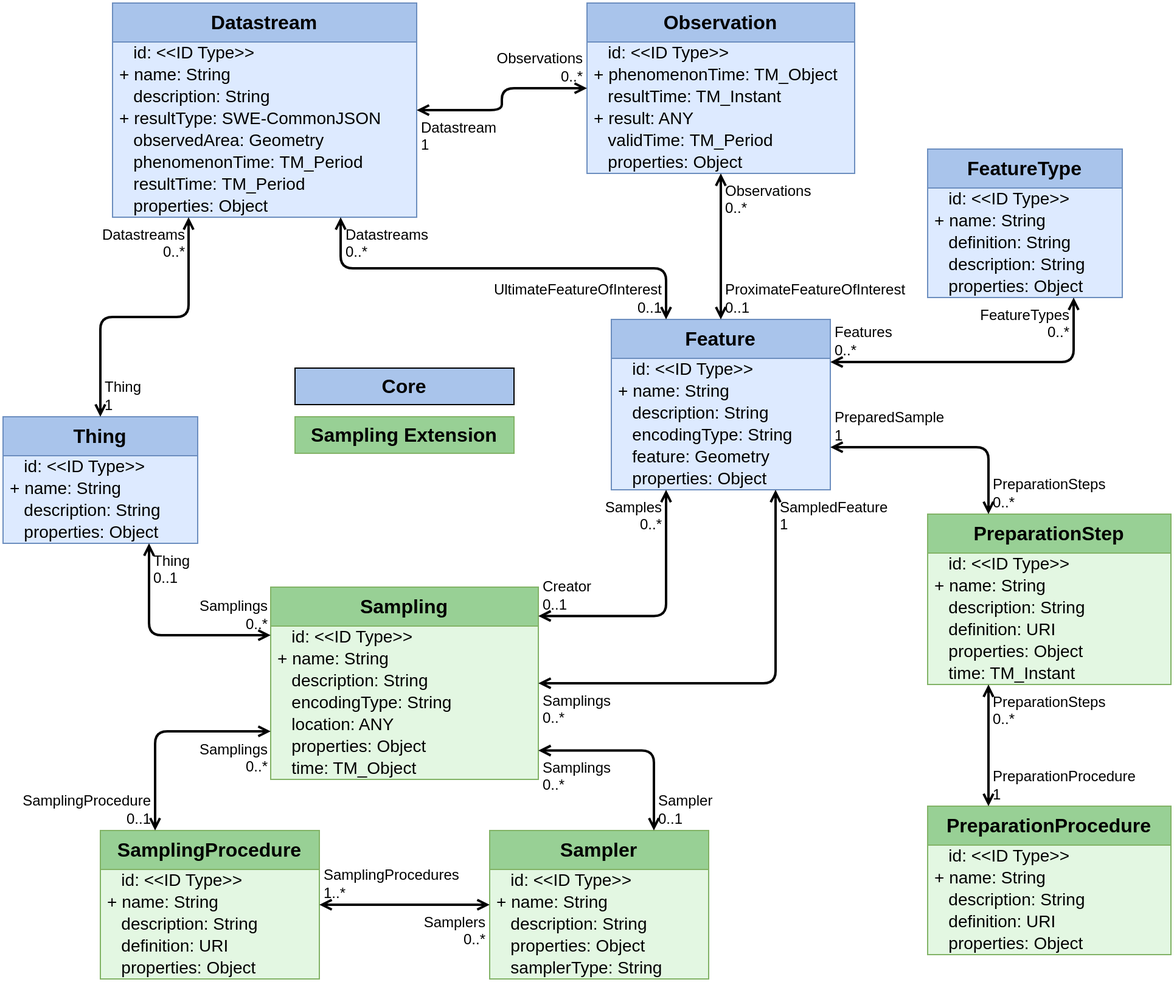
Earlier version of the draw.io export figures/Datamodel-SensorThingsApi-V2-Sampling.drawio.png (opengeospatial/sensorthings). Source tidied: cells renumbered, new cells last; positions are measured from the earlier drawing's top-left corner, leaving out a move shared by most shapes.
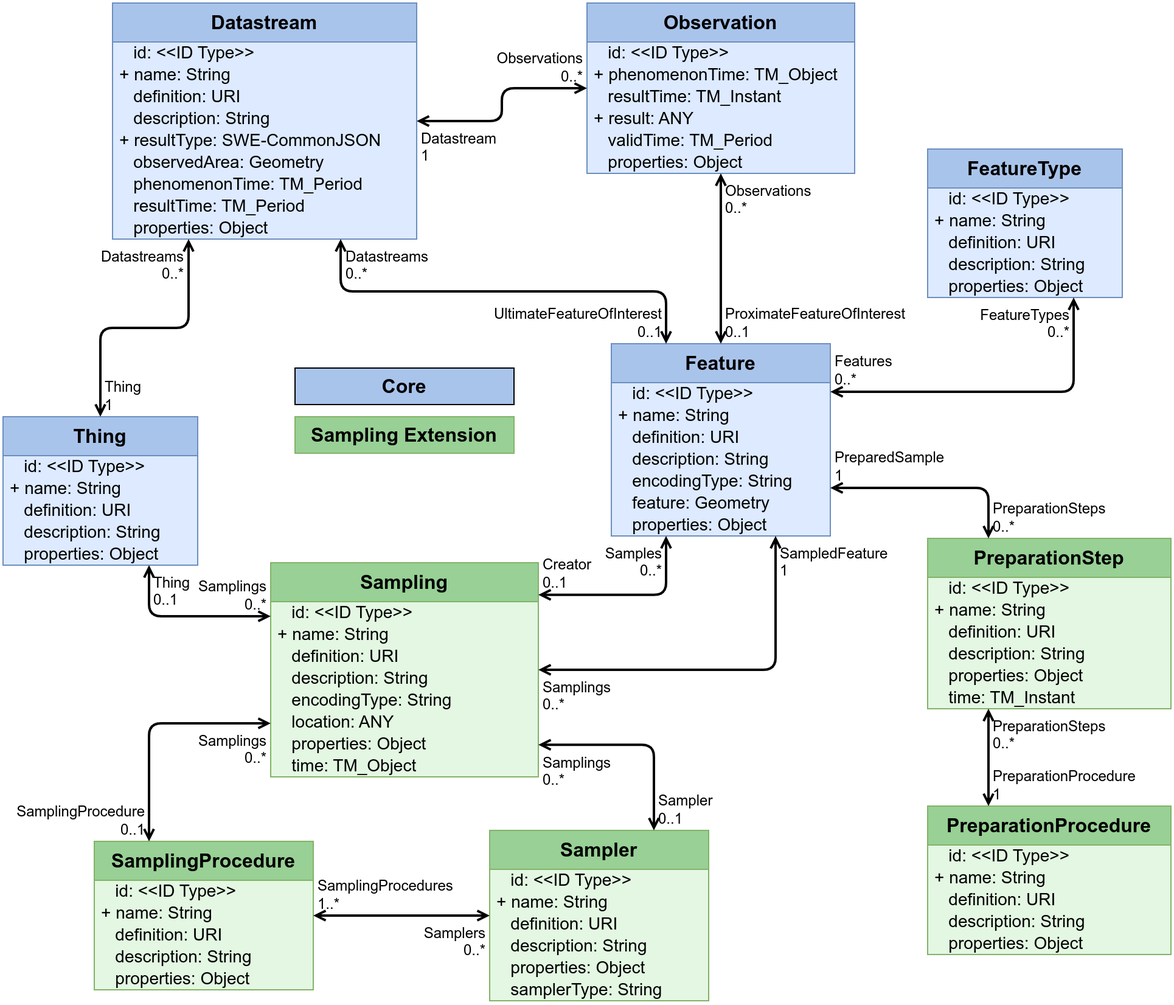
The same file after the commit.

The edit, as a diff of the source:
```diff
@@ -5,3 +5,3 @@
     <mxCell id="2" value="Feature" style="swimlane;fontStyle=1;horizontal=1;startSize=32;fontSize=16;whiteSpace=wrap;html=1;fillColor=#A9C4EB;strokeColor=#6c8ebf;swimlaneFillColor=#DDEAFF;verticalAlign=top;" parent="1" vertex="1">
-      <mxGeometry x="500" y="260" width="180" height="140" as="geometry" />
+      <mxGeometry x="500" y="280" width="180" height="158" as="geometry" />
     </mxCell>
@@ -13,13 +13,16 @@
     </mxCell>
+    <mxCell id="110" value="&amp;nbsp;&amp;nbsp;&amp;nbsp;definition: URI" style="text;strokeColor=none;fillColor=none;align=left;verticalAlign=middle;spacingLeft=4;spacingRight=4;overflow=visible;html=1;fontSize=14;" parent="2" vertex="1">
+      <mxGeometry y="68" width="180" height="18" as="geometry" />
+    </mxCell>
     <mxCell id="5" value="&amp;nbsp; &amp;nbsp;description: String" style="text;strokeColor=none;fillColor=none;align=left;verticalAlign=middle;spacingLeft=4;spacingRight=4;overflow=visible;html=1;fontSize=14;" parent="2" vertex="1">
-      <mxGeometry y="68" width="180" height="18" as="geometry" />
+      <mxGeometry y="86" width="180" height="18" as="geometry" />
     </mxCell>
     <mxCell id="6" value="&amp;nbsp; &amp;nbsp;encodingType: String" style="text;strokeColor=none;fillColor=none;align=left;verticalAlign=middle;spacingLeft=4;spacingRight=4;overflow=visible;html=1;fontSize=14;" parent="2" vertex="1">
-      <mxGeometry y="86" width="180" height="18" as="geometry" />
+      <mxGeometry y="104" width="180" height="18" as="geometry" />
     </mxCell>
     <mxCell id="7" value="&amp;nbsp; &amp;nbsp;feature: Geometry" style="text;strokeColor=none;fillColor=none;align=left;verticalAlign=middle;spacingLeft=4;spacingRight=4;overflow=visible;html=1;fontSize=14;" parent="2" vertex="1">
-      <mxGeometry y="104" width="180" height="18" as="geometry" />
+      <mxGeometry y="122" width="180" height="18" as="geometry" />
     </mxCell>
     <mxCell id="8" value="&amp;nbsp;&amp;nbsp;&amp;nbsp;properties: Object" style="text;strokeColor=none;fillColor=none;align=left;verticalAlign=middle;spacingLeft=4;spacingRight=4;overflow=visible;html=1;fontSize=14;" parent="2" vertex="1">
-      <mxGeometry y="122" width="180" height="18" as="geometry" />
+      <mxGeometry y="140" width="180" height="18" as="geometry" />
     </mxCell>
@@ -34,3 +37,3 @@
     </mxCell>
-    <mxCell id="12" value="&amp;nbsp; &amp;nbsp;definition: String" style="text;strokeColor=none;fillColor=none;align=left;verticalAlign=middle;spacingLeft=4;spacingRight=4;overflow=visible;html=1;fontSize=14;" parent="9" vertex="1">
+    <mxCell id="12" value="&amp;nbsp; &amp;nbsp;definition: URI" style="text;strokeColor=none;fillColor=none;align=left;verticalAlign=middle;spacingLeft=4;spacingRight=4;overflow=visible;html=1;fontSize=14;" parent="9" vertex="1">
       <mxGeometry y="68" width="160" height="18" as="geometry" />
@@ -61,8 +64,8 @@
     </mxCell>
+    <mxCell id="111" value="&amp;nbsp;&amp;nbsp;&amp;nbsp;definition: URI" style="text;strokeColor=none;fillColor=none;align=left;verticalAlign=middle;spacingLeft=4;spacingRight=4;overflow=visible;html=1;fontSize=14;" parent="18" vertex="1">
+      <mxGeometry y="68" width="200" height="18" as="geometry" />
+    </mxCell>
     <mxCell id="21" value="&amp;nbsp;&amp;nbsp;&amp;nbsp;description: String" style="text;strokeColor=none;fillColor=none;align=left;verticalAlign=middle;spacingLeft=4;spacingRight=4;overflow=visible;html=1;fontSize=14;" parent="18" vertex="1">
-      <mxGeometry y="68" width="200" height="18" as="geometry" />
+      <mxGeometry y="86" width="200" height="18" as="geometry" />
     </mxCell>
-    <mxCell id="22" value="&amp;nbsp;&amp;nbsp;&amp;nbsp;definition: URI" style="text;strokeColor=none;fillColor=none;align=left;verticalAlign=middle;spacingLeft=4;spacingRight=4;overflow=visible;html=1;fontSize=14;" parent="18" vertex="1">
-      <mxGeometry y="86" width="200" height="18" as="geometry" />
-    </mxCell>
     <mxCell id="23" value="&amp;nbsp;&amp;nbsp;&amp;nbsp;properties: Object" style="text;strokeColor=none;fillColor=none;align=left;verticalAlign=middle;spacingLeft=4;spacingRight=4;overflow=visible;html=1;fontSize=14;" parent="18" vertex="1">
@@ -71,3 +74,3 @@
     <mxCell id="24" value="PreparationStep" style="swimlane;fontStyle=1;horizontal=1;startSize=32;fontSize=16;whiteSpace=wrap;html=1;fillColor=#98D095;strokeColor=#82b366;swimlaneFillColor=#E3F7E2;" parent="1" vertex="1">
-      <mxGeometry x="760" y="420" width="200" height="140" as="geometry" />
+      <mxGeometry x="760" y="440" width="200" height="140" as="geometry" />
     </mxCell>
@@ -79,8 +82,8 @@
     </mxCell>
+    <mxCell id="28" value="&amp;nbsp;&amp;nbsp;&amp;nbsp;definition: URI" style="text;strokeColor=none;fillColor=none;align=left;verticalAlign=middle;spacingLeft=4;spacingRight=4;overflow=visible;html=1;fontSize=14;" parent="24" vertex="1">
+      <mxGeometry y="68" width="200" height="18" as="geometry" />
+    </mxCell>
     <mxCell id="27" value="&amp;nbsp;&amp;nbsp;&amp;nbsp;description: String" style="text;strokeColor=none;fillColor=none;align=left;verticalAlign=middle;spacingLeft=4;spacingRight=4;overflow=visible;html=1;fontSize=14;" parent="24" vertex="1">
-      <mxGeometry y="68" width="200" height="18" as="geometry" />
+      <mxGeometry y="86" width="200" height="18" as="geometry" />
     </mxCell>
-    <mxCell id="28" value="&amp;nbsp;&amp;nbsp;&amp;nbsp;definition: URI" style="text;strokeColor=none;fillColor=none;align=left;verticalAlign=middle;spacingLeft=4;spacingRight=4;overflow=visible;html=1;fontSize=14;" parent="24" vertex="1">
-      <mxGeometry y="86" width="200" height="18" as="geometry" />
-    </mxCell>
     <mxCell id="29" value="&amp;nbsp;&amp;nbsp;&amp;nbsp;properties: Object" style="text;strokeColor=none;fillColor=none;align=left;verticalAlign=middle;spacingLeft=4;spacingRight=4;overflow=visible;html=1;fontSize=14;" parent="24" vertex="1">
@@ -110,3 +113,3 @@
     <mxCell id="37" value="Sampler" style="swimlane;fontStyle=1;horizontal=1;startSize=32;fontSize=16;whiteSpace=wrap;html=1;fillColor=#98D095;strokeColor=#82b366;swimlaneFillColor=#E3F7E2;" parent="1" vertex="1">
-      <mxGeometry x="400" y="680" width="180" height="122" as="geometry" />
+      <mxGeometry x="400" y="680" width="180" height="140" as="geometry" />
     </mxCell>
@@ -118,13 +121,16 @@
     </mxCell>
+    <mxCell id="64" value="&amp;nbsp;&amp;nbsp;&amp;nbsp;definition: URI" style="text;strokeColor=none;fillColor=none;align=left;verticalAlign=middle;spacingLeft=4;spacingRight=4;overflow=visible;html=1;fontSize=14;" parent="37" vertex="1">
+      <mxGeometry y="68" width="180" height="18" as="geometry" />
+    </mxCell>
     <mxCell id="40" value="&amp;nbsp;&amp;nbsp;&amp;nbsp;description: String" style="text;strokeColor=none;fillColor=none;align=left;verticalAlign=middle;spacingLeft=4;spacingRight=4;overflow=visible;html=1;fontSize=14;" parent="37" vertex="1">
-      <mxGeometry y="68" width="180" height="18" as="geometry" />
+      <mxGeometry y="86" width="180" height="18" as="geometry" />
     </mxCell>
     <mxCell id="41" value="&amp;nbsp;&amp;nbsp;&amp;nbsp;properties: Object" style="text;strokeColor=none;fillColor=none;align=left;verticalAlign=middle;spacingLeft=4;spacingRight=4;overflow=visible;html=1;fontSize=14;" parent="37" vertex="1">
-      <mxGeometry y="86" width="180" height="18" as="geometry" />
+      <mxGeometry y="104" width="180" height="18" as="geometry" />
     </mxCell>
     <mxCell id="42" value="&amp;nbsp;&amp;nbsp;&amp;nbsp;samplerType: String" style="text;strokeColor=none;fillColor=none;align=left;verticalAlign=middle;spacingLeft=4;spacingRight=4;overflow=visible;html=1;fontSize=14;" parent="37" vertex="1">
-      <mxGeometry y="104" width="180" height="18" as="geometry" />
+      <mxGeometry y="122" width="180" height="18" as="geometry" />
     </mxCell>
     <mxCell id="43" value="Sampling" style="swimlane;fontStyle=1;horizontal=1;startSize=32;fontSize=16;whiteSpace=wrap;html=1;fillColor=#98D095;strokeColor=#82b366;swimlaneFillColor=#E3F7E2;points=[[0,0,0,0,0],[0,0.25,0,0,0],[0,0.5,0,0,0],[0,0.75,0,0,0],[0,1,0,0,0],[0.25,0,0,0,0],[0.25,1,0,0,0],[0.5,0,0,0,0],[0.5,1,0,0,0],[0.75,0,0,0,0],[0.75,1,0,0,0],[1,0,0,0,0],[1,0.15,0,0,0],[1,0.5,0,0,0],[1,0.85,0,0,0],[1,1,0,0,0]];" parent="1" vertex="1">
-      <mxGeometry x="220" y="480" width="220" height="158" as="geometry" />
+      <mxGeometry x="220" y="460" width="220" height="176" as="geometry" />
     </mxCell>
@@ -136,16 +142,19 @@
     </mxCell>
+    <mxCell id="112" value="&amp;nbsp;&amp;nbsp;&amp;nbsp;definition: URI" style="text;strokeColor=none;fillColor=none;align=left;verticalAlign=middle;spacingLeft=4;spacingRight=4;overflow=visible;html=1;fontSize=14;" parent="43" vertex="1">
+      <mxGeometry y="68" width="220" height="18" as="geometry" />
+    </mxCell>
     <mxCell id="46" value="&amp;nbsp;&amp;nbsp;&amp;nbsp;description: String" style="text;strokeColor=none;fillColor=none;align=left;verticalAlign=middle;spacingLeft=4;spacingRight=4;overflow=visible;html=1;fontSize=14;" parent="43" vertex="1">
-      <mxGeometry y="68" width="220" height="18" as="geometry" />
+      <mxGeometry y="86" width="220" height="18" as="geometry" />
     </mxCell>
     <mxCell id="47" value="&amp;nbsp;&amp;nbsp;&amp;nbsp;encodingType: String" style="text;strokeColor=none;fillColor=none;align=left;verticalAlign=middle;spacingLeft=4;spacingRight=4;overflow=visible;html=1;fontSize=14;" parent="43" vertex="1">
-      <mxGeometry y="86" width="220" height="18" as="geometry" />
+      <mxGeometry y="104" width="220" height="18" as="geometry" />
     </mxCell>
     <mxCell id="48" value="&amp;nbsp;&amp;nbsp;&amp;nbsp;location: ANY" style="text;strokeColor=none;fillColor=none;align=left;verticalAlign=middle;spacingLeft=4;spacingRight=4;overflow=visible;html=1;fontSize=14;" parent="43" vertex="1">
-      <mxGeometry y="104" width="220" height="18" as="geometry" />
+      <mxGeometry y="122" width="220" height="18" as="geometry" />
     </mxCell>
     <mxCell id="49" value="&amp;nbsp;&amp;nbsp;&amp;nbsp;properties: Object" style="text;strokeColor=none;fillColor=none;align=left;verticalAlign=middle;spacingLeft=4;spacingRight=4;overflow=visible;html=1;fontSize=14;" parent="43" vertex="1">
-      <mxGeometry y="122" width="220" height="18" as="geometry" />
+      <mxGeometry y="140" width="220" height="18" as="geometry" />
     </mxCell>
     <mxCell id="50" value="&amp;nbsp; &amp;nbsp;time: TM_Object" style="text;strokeColor=none;fillColor=none;align=left;verticalAlign=middle;spacingLeft=4;spacingRight=4;overflow=visible;html=1;fontSize=14;" parent="43" vertex="1">
-      <mxGeometry y="140" width="220" height="18" as="geometry" />
+      <mxGeometry y="158" width="220" height="18" as="geometry" />
     </mxCell>
@@ -179,3 +188,3 @@
     <mxCell id="60" value="SamplingProcedure" style="swimlane;fontStyle=1;horizontal=1;startSize=32;fontSize=16;whiteSpace=wrap;html=1;fillColor=#98D095;strokeColor=#82b366;swimlaneFillColor=#E3F7E2;" parent="1" vertex="1">
-      <mxGeometry x="80" y="680" width="180" height="122" as="geometry" />
+      <mxGeometry x="75" y="689" width="180" height="122" as="geometry" />
     </mxCell>
@@ -187,8 +196,8 @@
     </mxCell>
+    <mxCell id="113" value="&amp;nbsp;&amp;nbsp;&amp;nbsp;definition: URI" style="text;strokeColor=none;fillColor=none;align=left;verticalAlign=middle;spacingLeft=4;spacingRight=4;overflow=visible;html=1;fontSize=14;" parent="60" vertex="1">
+      <mxGeometry y="68" width="180" height="18" as="geometry" />
+    </mxCell>
     <mxCell id="63" value="&amp;nbsp;&amp;nbsp;&amp;nbsp;description: String" style="text;strokeColor=none;fillColor=none;align=left;verticalAlign=middle;spacingLeft=4;spacingRight=4;overflow=visible;html=1;fontSize=14;" parent="60" vertex="1">
-      <mxGeometry y="68" width="180" height="18" as="geometry" />
+      <mxGeometry y="86" width="180" height="18" as="geometry" />
     </mxCell>
-    <mxCell id="64" value="&amp;nbsp;&amp;nbsp;&amp;nbsp;definition: URI" style="text;strokeColor=none;fillColor=none;align=left;verticalAlign=middle;spacingLeft=4;spacingRight=4;overflow=visible;html=1;fontSize=14;" parent="60" vertex="1">
-      <mxGeometry y="86" width="180" height="18" as="geometry" />
-    </mxCell>
     <mxCell id="65" value="&amp;nbsp;&amp;nbsp;&amp;nbsp;properties: Object" style="text;strokeColor=none;fillColor=none;align=left;verticalAlign=middle;spacingLeft=4;spacingRight=4;overflow=visible;html=1;fontSize=14;" parent="60" vertex="1">
@@ -215,3 +224,3 @@
     <mxCell id="72" value="Thing" style="swimlane;fontStyle=1;horizontal=1;startSize=32;fontSize=16;whiteSpace=wrap;html=1;fillColor=#A9C4EB;strokeColor=#6c8ebf;swimlaneFillColor=#DDEAFF;verticalAlign=top;" parent="1" vertex="1">
-      <mxGeometry y="340" width="160" height="104" as="geometry" />
+      <mxGeometry y="340" width="160" height="122" as="geometry" />
     </mxCell>
@@ -223,7 +232,10 @@
     </mxCell>
+    <mxCell id="114" value="&amp;nbsp;&amp;nbsp;&amp;nbsp;definition: URI" style="text;strokeColor=none;fillColor=none;align=left;verticalAlign=middle;spacingLeft=4;spacingRight=4;overflow=visible;html=1;fontSize=14;" parent="72" vertex="1">
+      <mxGeometry y="68" width="160" height="18" as="geometry" />
+    </mxCell>
     <mxCell id="75" value="&amp;nbsp; &amp;nbsp;description: String" style="text;strokeColor=none;fillColor=none;align=left;verticalAlign=middle;spacingLeft=4;spacingRight=4;overflow=visible;html=1;fontSize=14;" parent="72" vertex="1">
-      <mxGeometry y="68" width="160" height="18" as="geometry" />
+      <mxGeometry y="86" width="160" height="18" as="geometry" />
     </mxCell>
     <mxCell id="76" value="&amp;nbsp;&amp;nbsp;&amp;nbsp;properties: Object" style="text;strokeColor=none;fillColor=none;align=left;verticalAlign=middle;spacingLeft=4;spacingRight=4;overflow=visible;html=1;fontSize=14;" parent="72" vertex="1">
-      <mxGeometry y="86" width="160" height="18" as="geometry" />
+      <mxGeometry y="104" width="160" height="18" as="geometry" />
     </mxCell>
@@ -245,3 +257,3 @@
     <mxCell id="82" value="Datastream" style="swimlane;fontStyle=1;horizontal=1;startSize=32;fontSize=16;whiteSpace=wrap;html=1;fillColor=#A9C4EB;strokeColor=#6c8ebf;swimlaneFillColor=#DDEAFF;verticalAlign=top;" parent="1" vertex="1">
-      <mxGeometry x="90" width="250" height="176" as="geometry" />
+      <mxGeometry x="90" width="250" height="194" as="geometry" />
     </mxCell>
@@ -253,19 +265,22 @@
     </mxCell>
+    <mxCell id="115" value="&amp;nbsp;&amp;nbsp;&amp;nbsp;definition: URI" style="text;strokeColor=none;fillColor=none;align=left;verticalAlign=middle;spacingLeft=4;spacingRight=4;overflow=visible;html=1;fontSize=14;" parent="82" vertex="1">
+      <mxGeometry y="68" width="250" height="18" as="geometry" />
+    </mxCell>
     <mxCell id="85" value="&amp;nbsp; &amp;nbsp;description: String" style="text;strokeColor=none;fillColor=none;align=left;verticalAlign=middle;spacingLeft=4;spacingRight=4;overflow=visible;html=1;fontSize=14;" parent="82" vertex="1">
-      <mxGeometry y="68" width="250" height="18" as="geometry" />
+      <mxGeometry y="86" width="250" height="18" as="geometry" />
     </mxCell>
     <mxCell id="86" value="+ resultType: SWE-CommonJSON" style="text;strokeColor=none;fillColor=none;align=left;verticalAlign=middle;spacingLeft=4;spacingRight=4;overflow=visible;html=1;fontSize=14;" parent="82" vertex="1">
-      <mxGeometry y="86" width="250" height="18" as="geometry" />
+      <mxGeometry y="104" width="250" height="18" as="geometry" />
     </mxCell>
     <mxCell id="87" value="&amp;nbsp;&amp;nbsp;&amp;nbsp;observedArea: Geometry" style="text;strokeColor=none;fillColor=none;align=left;verticalAlign=middle;spacingLeft=4;spacingRight=4;overflow=visible;html=1;fontSize=14;" parent="82" vertex="1">
-      <mxGeometry y="104" width="250" height="18" as="geometry" />
+      <mxGeometry y="122" width="250" height="18" as="geometry" />
     </mxCell>
     <mxCell id="88" value="&amp;nbsp;&amp;nbsp;&amp;nbsp;phenomenonTime:&amp;nbsp;TM_Period" style="text;strokeColor=none;fillColor=none;align=left;verticalAlign=middle;spacingLeft=4;spacingRight=4;overflow=visible;html=1;fontSize=14;" parent="82" vertex="1">
-      <mxGeometry y="122" width="250" height="18" as="geometry" />
+      <mxGeometry y="140" width="250" height="18" as="geometry" />
     </mxCell>
     <mxCell id="89" value="&amp;nbsp;&amp;nbsp;&amp;nbsp;resultTime:&amp;nbsp;TM_Period" style="text;strokeColor=none;fillColor=none;align=left;verticalAlign=middle;spacingLeft=4;spacingRight=4;overflow=visible;html=1;fontSize=14;" parent="82" vertex="1">
-      <mxGeometry y="140" width="250" height="18" as="geometry" />
+      <mxGeometry y="158" width="250" height="18" as="geometry" />
     </mxCell>
     <mxCell id="90" value="&amp;nbsp;&amp;nbsp;&amp;nbsp;properties: Object" style="text;strokeColor=none;fillColor=none;align=left;verticalAlign=middle;spacingLeft=4;spacingRight=4;overflow=visible;html=1;fontSize=14;" parent="82" vertex="1">
-      <mxGeometry y="158" width="250" height="18" as="geometry" />
+      <mxGeometry y="176" width="250" height="18" as="geometry" />
     </mxCell>
```
